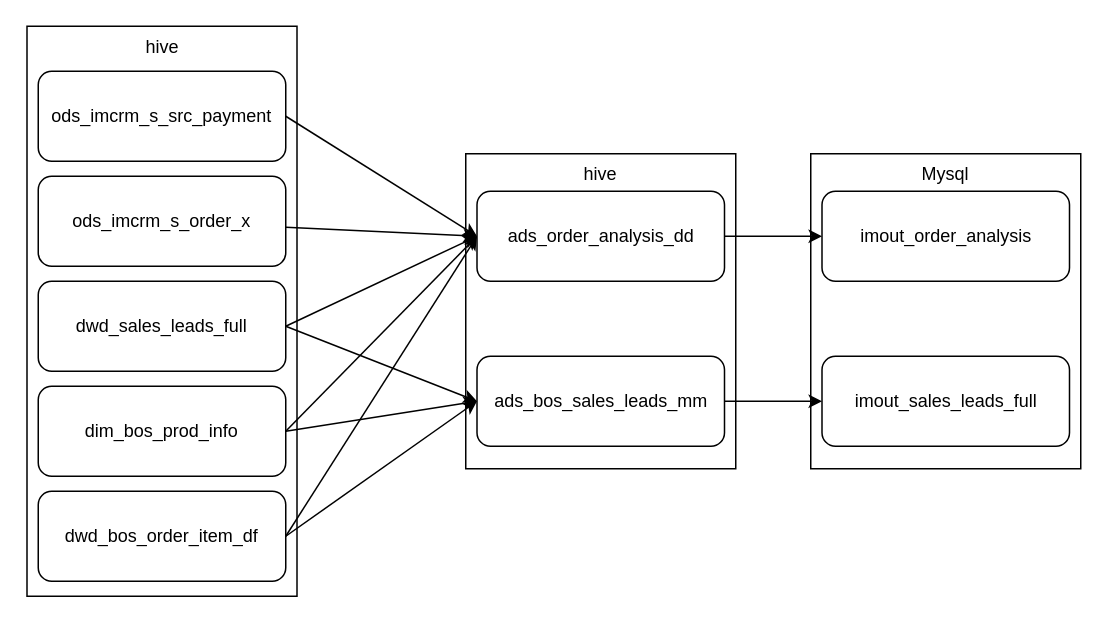
Before: IM_数据中台_DS_订单表增加商品编码字段_数据链路图_V0.10.drawio in taitaibai/test, a draw.io diagram. Source tidied: cells renumbered, new cells numbered last; positions are measured from the earlier drawing's top-left corner, leaving out a move shared by most shapes. Both pictures are drawn from the tidied source at 150%, with x=0, y=0 at pixel (27, 26).
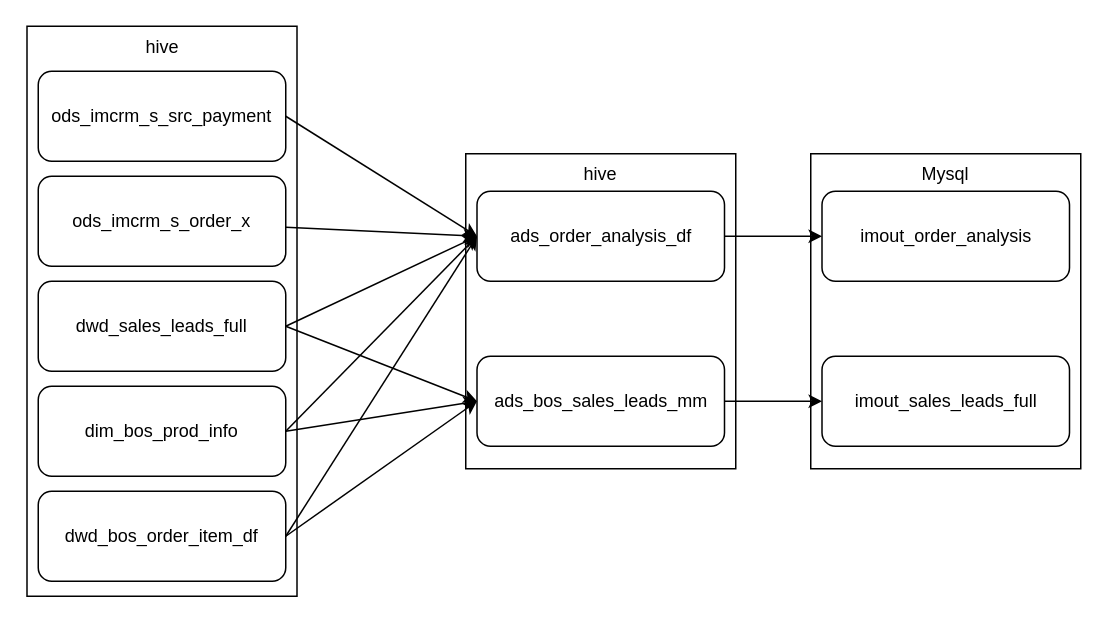
The same page after the edit.

Commit message:
更新IM_数据中台_DS_订单表增加商品编码字段_数据链路图_V0.10.drawio

Change to the diagram source:
```diff
@@
-    <mxCell id="21" value="ads_order_analysis_dd" style="rounded=1;whiteSpace=wrap;html=1;verticalAlign=middle;" parent="1" vertex="1">
+    <mxCell id="21" value="ads_order_analysis_df" style="rounded=1;whiteSpace=wrap;html=1;verticalAlign=middle;" parent="1" vertex="1">
       <mxGeometry x="299.5" y="110" width="165" height="60" as="geometry" />
     </mxCell>
```
